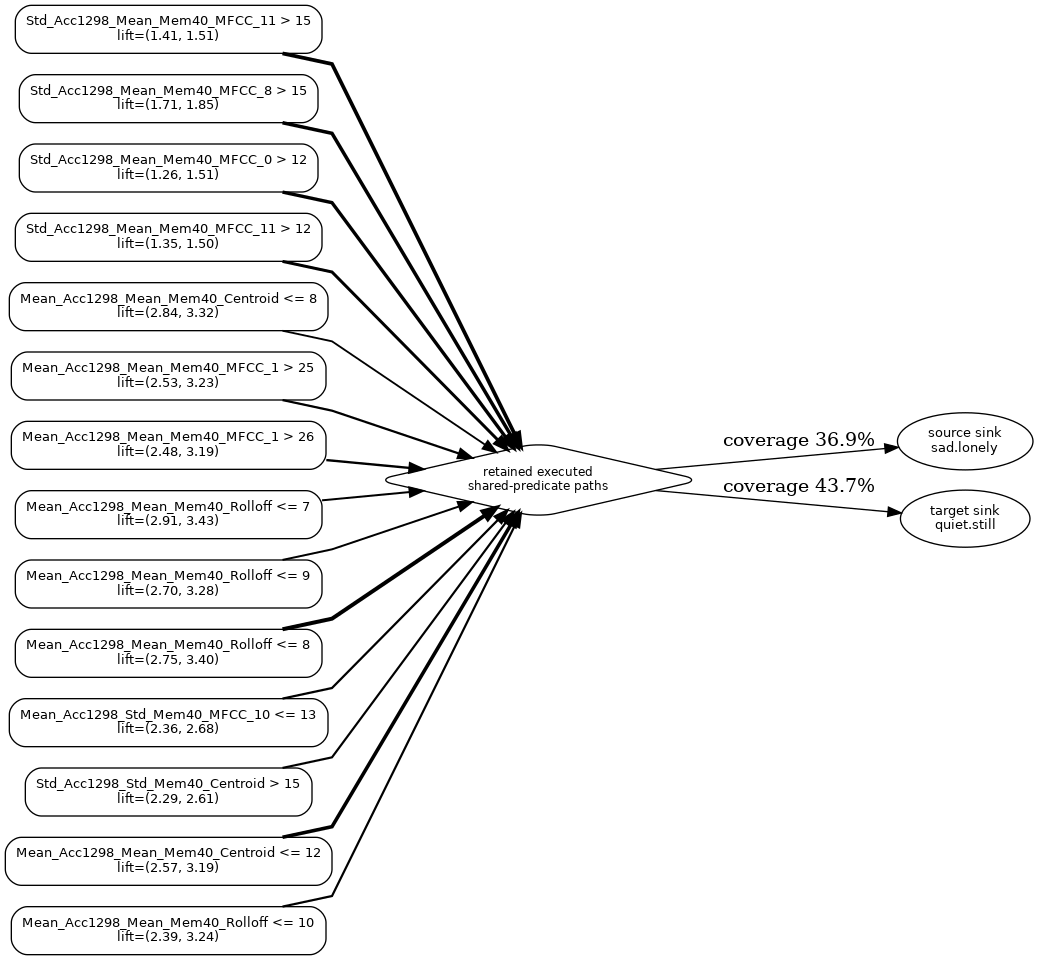
Earlier version of the Graphviz export docs/figures/emotions_contracted.png (sbarbonjr/ms-dpg). Its source is kept beside it as docs/figures/emotions_contracted.dot.
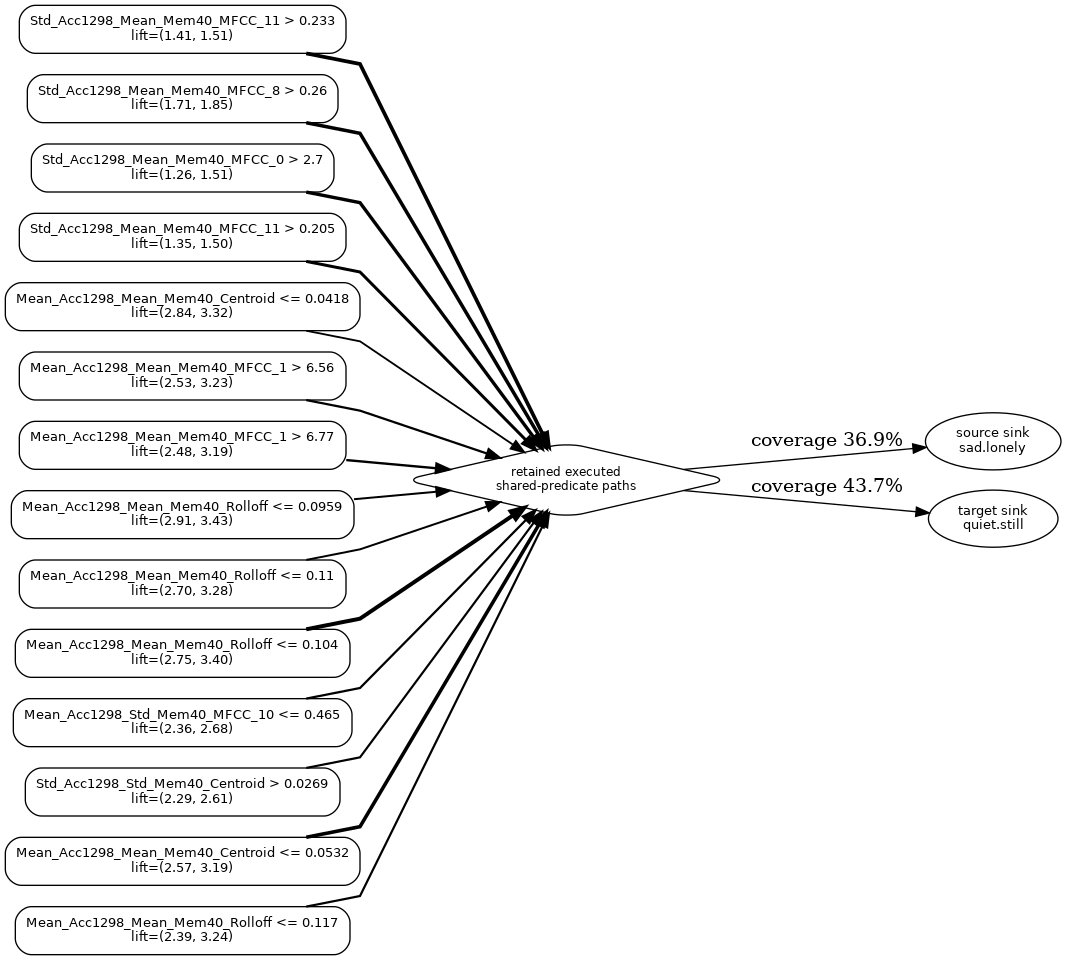
Above is the later version.

Commit message:
Regenerate emotions figures with mean thresholds

The edit, as a diff of the source:
```diff
@@ -4,33 +4,33 @@
 	paths [label="retained executed\nshared-predicate paths" fontsize=9 shape=diamond]
 	source [label="source sink\nsad.lonely" shape=ellipse]
 	target [label="target sink\nquiet.still" shape=ellipse]
-	p0 [label="Std_Acc1298_Mean_Mem40_MFCC_11 > 15\nlift=(1.41, 1.51)"]
+	p0 [label="Std_Acc1298_Mean_Mem40_MFCC_11 > 0.233\nlift=(1.41, 1.51)"]
 	p0 -> paths [penwidth=2.8050583657587547]
-	p1 [label="Std_Acc1298_Mean_Mem40_MFCC_8 > 15\nlift=(1.71, 1.85)"]
+	p1 [label="Std_Acc1298_Mean_Mem40_MFCC_8 > 0.26\nlift=(1.71, 1.85)"]
 	p1 -> paths [penwidth=2.6439688715953307]
-	p2 [label="Std_Acc1298_Mean_Mem40_MFCC_0 > 12\nlift=(1.26, 1.51)"]
+	p2 [label="Std_Acc1298_Mean_Mem40_MFCC_0 > 2.7\nlift=(1.26, 1.51)"]
 	p2 -> paths [penwidth=2.544747081712062]
-	p3 [label="Std_Acc1298_Mean_Mem40_MFCC_11 > 12\nlift=(1.35, 1.50)"]
+	p3 [label="Std_Acc1298_Mean_Mem40_MFCC_11 > 0.205\nlift=(1.35, 1.50)"]
 	p3 -> paths [penwidth=2.2587548638132295]
-	p4 [label="Mean_Acc1298_Mean_Mem40_Centroid <= 8\nlift=(2.84, 3.32)"]
+	p4 [label="Mean_Acc1298_Mean_Mem40_Centroid <= 0.0418\nlift=(2.84, 3.32)"]
 	p4 -> paths [penwidth=1.382101167315175]
-	p5 [label="Mean_Acc1298_Mean_Mem40_MFCC_1 > 25\nlift=(2.53, 3.23)"]
+	p5 [label="Mean_Acc1298_Mean_Mem40_MFCC_1 > 6.56\nlift=(2.53, 3.23)"]
 	p5 -> paths [penwidth=1.6856031128404667]
-	p6 [label="Mean_Acc1298_Mean_Mem40_MFCC_1 > 26\nlift=(2.48, 3.19)"]
+	p6 [label="Mean_Acc1298_Mean_Mem40_MFCC_1 > 6.77\nlift=(2.48, 3.19)"]
 	p6 -> paths [penwidth=1.7766536964980544]
-	p7 [label="Mean_Acc1298_Mean_Mem40_Rolloff <= 7\nlift=(2.91, 3.43)"]
+	p7 [label="Mean_Acc1298_Mean_Mem40_Rolloff <= 0.0959\nlift=(2.91, 3.43)"]
 	p7 -> paths [penwidth=1.4988326848249027]
-	p8 [label="Mean_Acc1298_Mean_Mem40_Rolloff <= 9\nlift=(2.70, 3.28)"]
+	p8 [label="Mean_Acc1298_Mean_Mem40_Rolloff <= 0.11\nlift=(2.70, 3.28)"]
 	p8 -> paths [penwidth=1.4894941634241246]
-	p9 [label="Mean_Acc1298_Mean_Mem40_Rolloff <= 8\nlift=(2.75, 3.40)"]
+	p9 [label="Mean_Acc1298_Mean_Mem40_Rolloff <= 0.104\nlift=(2.75, 3.40)"]
 	p9 -> paths [penwidth=3.0]
-	p10 [label="Mean_Acc1298_Std_Mem40_MFCC_10 <= 13\nlift=(2.36, 2.68)"]
+	p10 [label="Mean_Acc1298_Std_Mem40_MFCC_10 <= 0.465\nlift=(2.36, 2.68)"]
 	p10 -> paths [penwidth=1.6867704280155644]
-	p11 [label="Std_Acc1298_Std_Mem40_Centroid > 15\nlift=(2.29, 2.61)"]
+	p11 [label="Std_Acc1298_Std_Mem40_Centroid > 0.0269\nlift=(2.29, 2.61)"]
 	p11 -> paths [penwidth=1.622568093385214]
-	p12 [label="Mean_Acc1298_Mean_Mem40_Centroid <= 12\nlift=(2.57, 3.19)"]
+	p12 [label="Mean_Acc1298_Mean_Mem40_Centroid <= 0.0532\nlift=(2.57, 3.19)"]
 	p12 -> paths [penwidth=2.6929961089494165]
-	p13 [label="Mean_Acc1298_Mean_Mem40_Rolloff <= 10\nlift=(2.39, 3.24)"]
+	p13 [label="Mean_Acc1298_Mean_Mem40_Rolloff <= 0.117\nlift=(2.39, 3.24)"]
 	p13 -> paths [penwidth=1.656420233463035]
 	paths -> source [label="coverage 36.9%"]
 	paths -> target [label="coverage 43.7%"]
```
